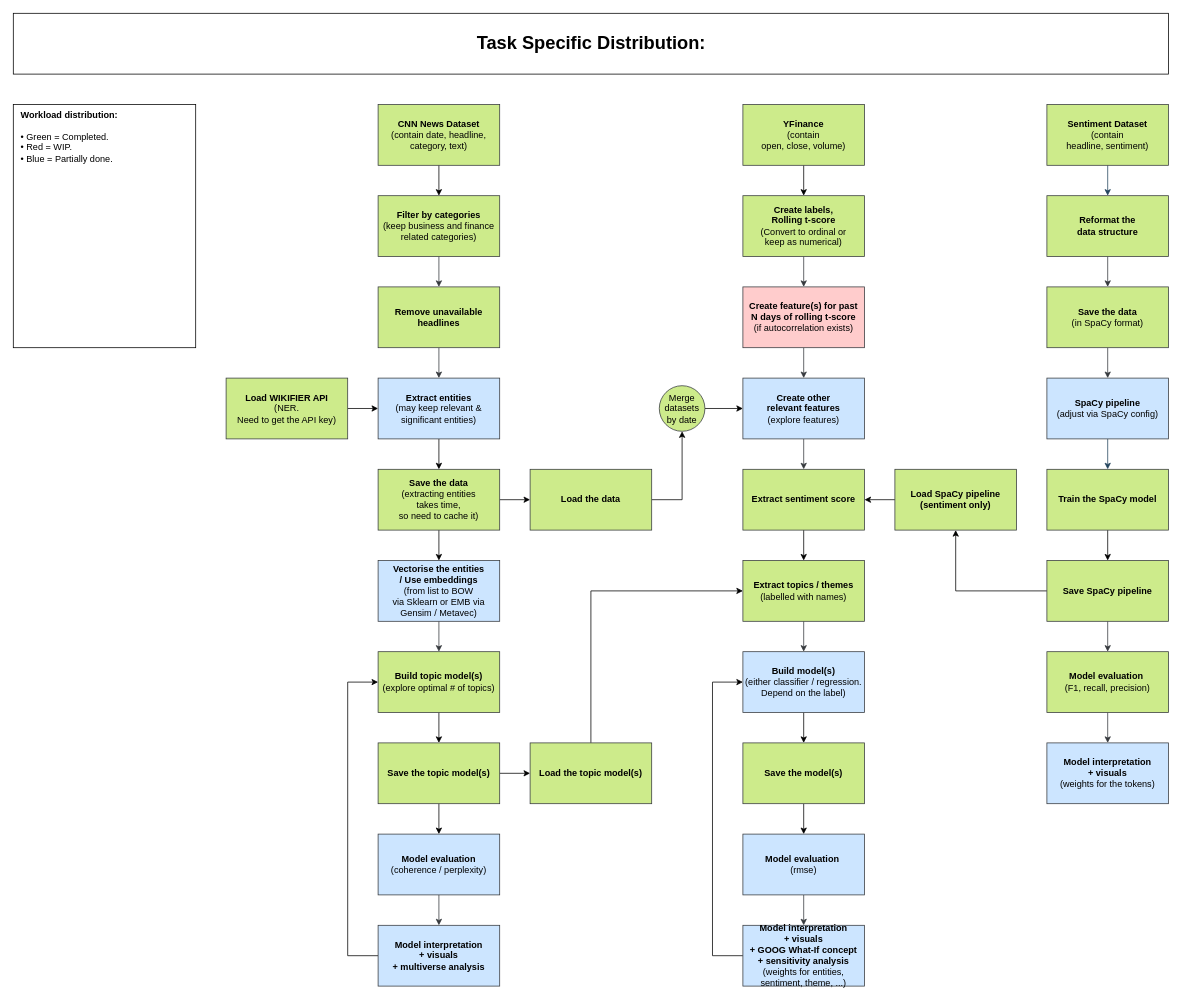
lioneltayyd/MADS-M2-estimating-news-impact-on-financial-market keeps this draw.io diagram as page "completion" (2 of 3) of docs/flowchart/processing_flowchart.drawio. Above is the earlier version. Source tidied: cells renumbered, new cells numbered last; positions are measured from the earlier drawing's top-left corner, leaving out a move shared by most shapes. Both pictures are drawn from the tidied source at 76%, with x=0, y=0 at pixel (13, 13).
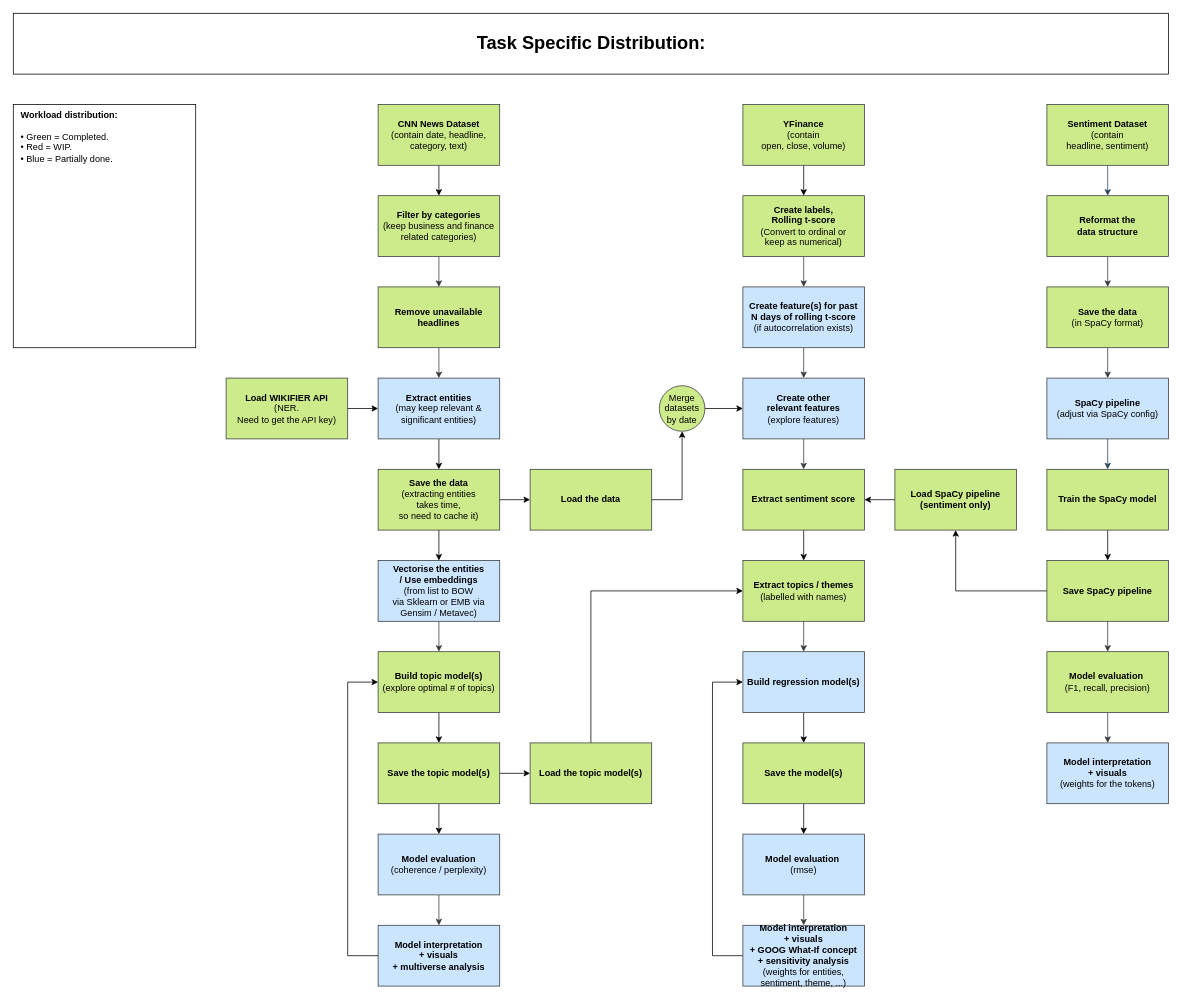
The same page after the edit.

The edit, as a diff of the source:
```diff
@@
-    <mxCell id="39" value="&lt;b&gt;Create feature(s) for past &lt;br&gt;N days of rolling t-score&lt;/b&gt;&lt;br&gt;(if autocorrelation exists)" style="rounded=0;whiteSpace=wrap;html=1;fillColor=#ffcccc;strokeColor=#36393d;" parent="1" vertex="1">
+    <mxCell id="39" value="&lt;b&gt;Create feature(s) for past &lt;br&gt;N days of rolling t-score&lt;/b&gt;&lt;br&gt;(if autocorrelation exists)" style="rounded=0;whiteSpace=wrap;html=1;fillColor=#cce5ff;strokeColor=#36393d;" parent="1" vertex="1">
       <mxGeometry x="960" y="360" width="160" height="80" as="geometry" />
     </mxCell>
@@
-    <mxCell id="55" value="&lt;b&gt;Build model(s)&lt;/b&gt;&lt;br&gt;(either classifier / regression. &lt;br&gt;Depend on the label)" style="rounded=0;whiteSpace=wrap;html=1;fillColor=#cce5ff;strokeColor=#36393d;" parent="1" vertex="1">
+    <mxCell id="55" value="&lt;b&gt;Build regression model(s)&lt;/b&gt;" style="rounded=0;whiteSpace=wrap;html=1;fillColor=#cce5ff;strokeColor=#36393d;" parent="1" vertex="1">
       <mxGeometry x="960" y="840" width="160" height="80" as="geometry" />
     </mxCell>
```
